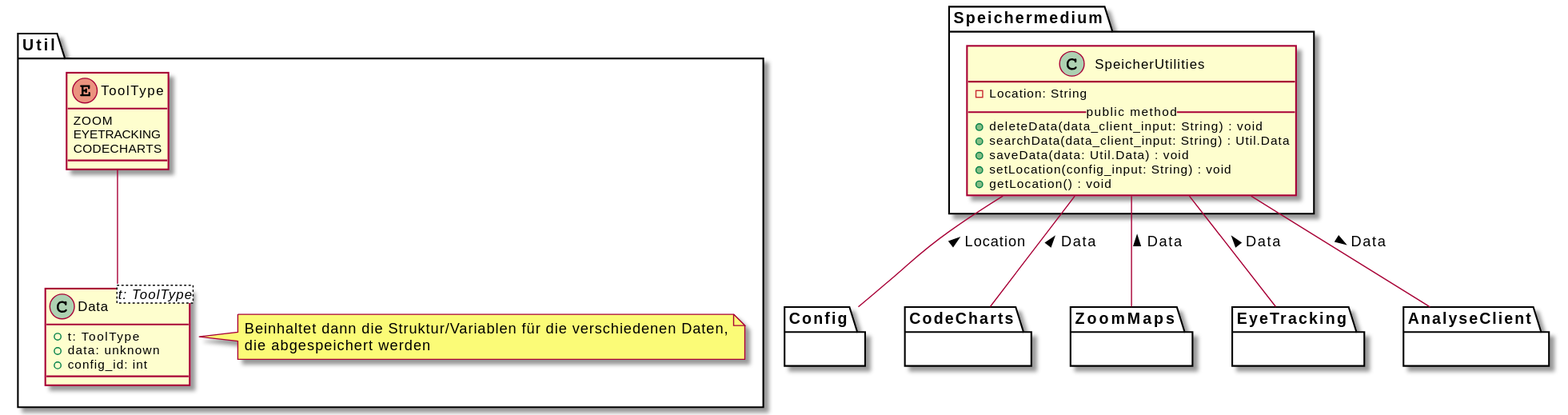
This is meilenstein_03/uml-speichermedium/speichermedium.svg from weichware10/meilensteine, a PlantUML export, as it was before one commit.
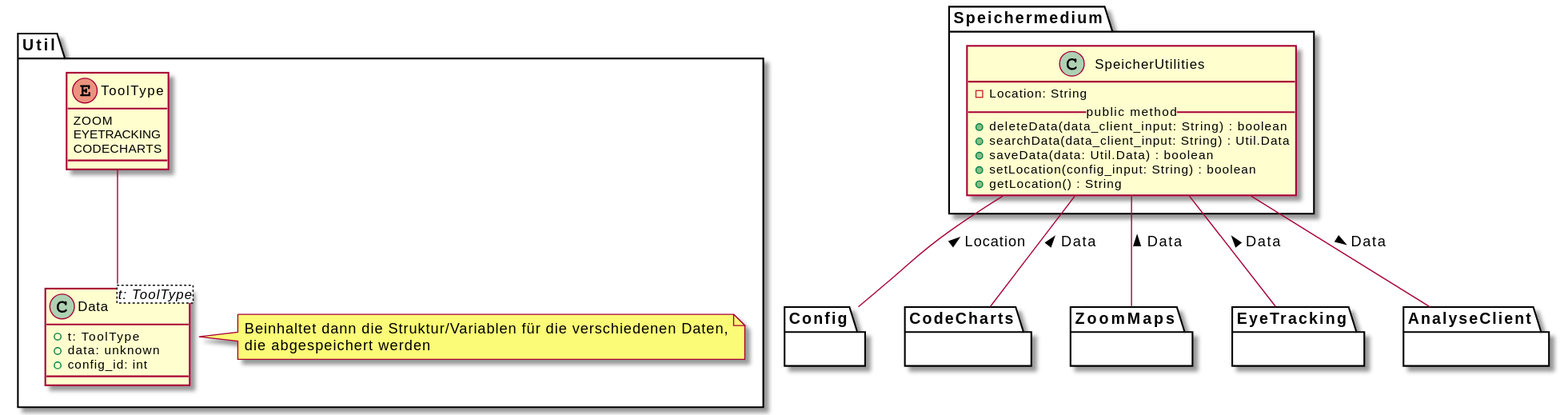
After the commit.

Commit message:
Render PlantUML SVGs

Change to the diagram source:
```diff
@@ -3,11 +3,11 @@
     class SpeicherUtilities {
         - Location: String
         __public method__
-        + deleteData(data_client_input: String) : void
+        + deleteData(data_client_input: String) : boolean
         + searchData(data_client_input: String) : Util.Data
-        + saveData(data: Util.Data) : void
-        + setLocation(config_input: String) : void
-        + getLocation() : void
+        + saveData(data: Util.Data) : boolean
+        + setLocation(config_input: String) : boolean
+        + getLocation() : String
     }
 
     SpeicherUtilities -- Config : < Location
```
